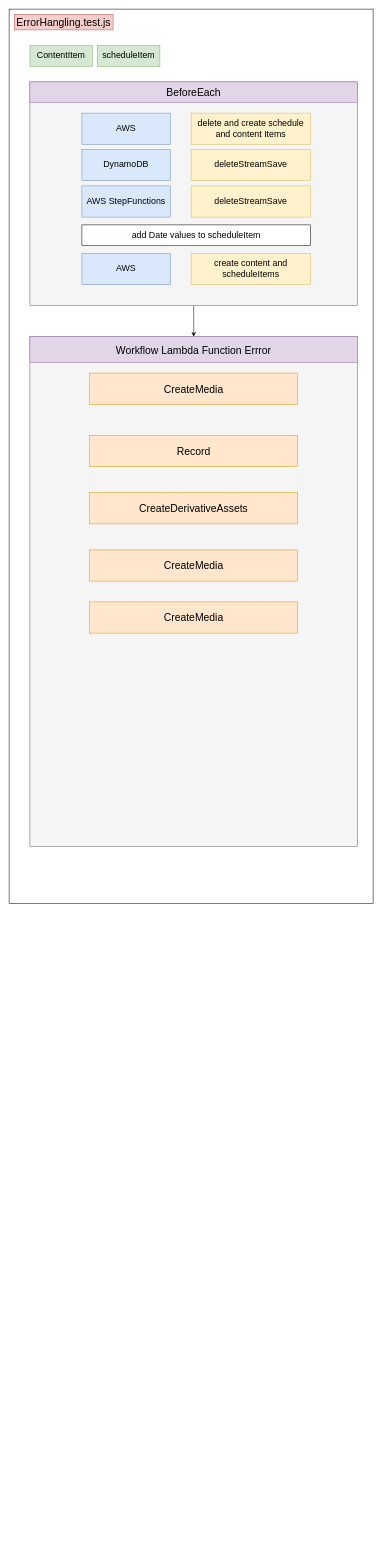
Earlier version of the draw.io diagram test_design/AWS_test.drawio (brightlightkim/Coding_Design). Source tidied: cells renumbered, new cells numbered last; positions are measured from the earlier drawing's top-left corner, leaving out a move shared by most shapes. Both pictures are drawn from the tidied source at 52%, with x=0, y=0 at pixel (9, 9).
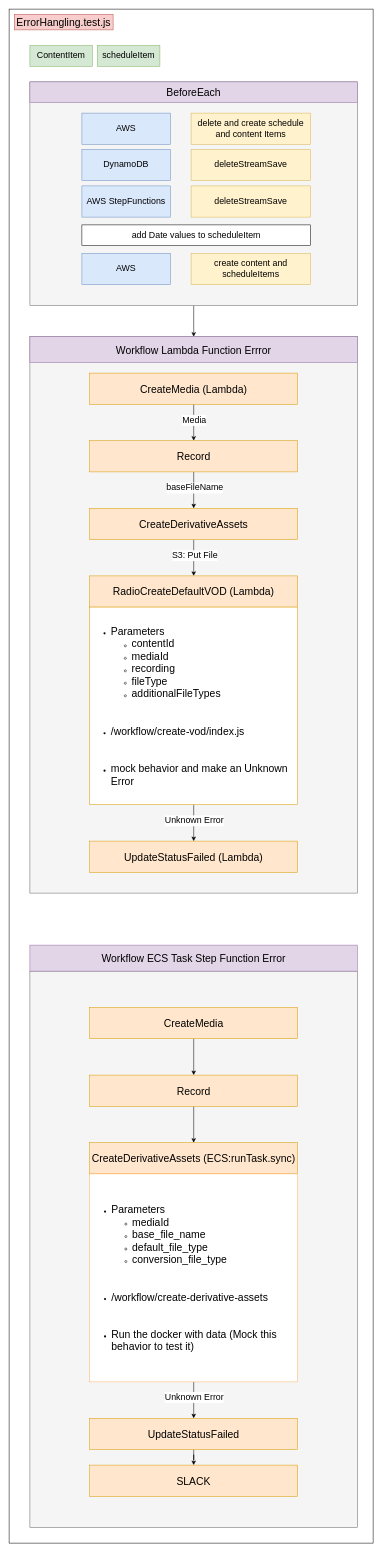
The same page after the edit.

Change to the diagram source:
```diff
@@
     <mxCell id="2" style="rounded=0;whiteSpace=wrap;html=1;" parent="1" vertex="1">
-      <mxGeometry width="700" height="1720" as="geometry" />
+      <mxGeometry width="700" height="2950" as="geometry" />
     </mxCell>
     <mxCell id="3" style="rounded=0;whiteSpace=wrap;html=1;fillColor=#f5f5f5;fontColor=#333333;strokeColor=#666666;" parent="1" vertex="1">
-      <mxGeometry x="40" y="630" width="630" height="980" as="geometry" />
+      <mxGeometry x="40" y="630" width="630" height="1070" as="geometry" />
     </mxCell>
@@
+    <mxCell id="25" style="edgeStyle=orthogonalEdgeStyle;rounded=0;jettySize=auto;html=1;fontSize=17;" parent="1" edge="1" source="6" target="24">
+      <mxGeometry relative="1" as="geometry">
+        <Array as="points">
+          <mxPoint x="355" y="780" />
+          <mxPoint x="355" y="780" />
+        </Array>
+      </mxGeometry>
+    </mxCell>
-    <mxCell id="6" value="&lt;font style=&quot;font-size: 20px&quot;&gt;CreateMedia&lt;/font&gt;" style="rounded=0;whiteSpace=wrap;html=1;fillColor=#ffe6cc;strokeColor=#d79b00;" parent="1" vertex="1">
+    <mxCell id="6" value="&lt;font style=&quot;font-size: 20px&quot;&gt;CreateMedia (Lambda)&lt;/font&gt;" style="rounded=0;whiteSpace=wrap;html=1;fillColor=#ffe6cc;strokeColor=#d79b00;" parent="1" vertex="1">
       <mxGeometry x="155" y="700" width="400" height="60" as="geometry" />
     </mxCell>
@@
-    <mxCell id="21" value="&lt;font style=&quot;font-size: 20px&quot;&gt;CreateMedia&lt;/font&gt;" style="rounded=0;whiteSpace=wrap;html=1;fillColor=#ffe6cc;strokeColor=#d79b00;" parent="1" vertex="1">
-      <mxGeometry x="155" y="1140" width="400" height="60" as="geometry" />
-    </mxCell>
+    <mxCell id="26" style="edgeStyle=orthogonalEdgeStyle;rounded=0;jettySize=auto;html=1;fontSize=17;" parent="1" edge="1" source="22" target="23">
+      <mxGeometry relative="1" as="geometry" />
+    </mxCell>
     <mxCell id="22" value="&lt;font style=&quot;font-size: 20px&quot;&gt;CreateDerivativeAssets&lt;/font&gt;" style="rounded=0;whiteSpace=wrap;html=1;fillColor=#ffe6cc;strokeColor=#d79b00;" parent="1" vertex="1">
-      <mxGeometry x="155" y="930" width="400" height="60" as="geometry" />
+      <mxGeometry x="155" y="960" width="400" height="60" as="geometry" />
     </mxCell>
-    <mxCell id="23" value="&lt;font style=&quot;font-size: 20px&quot;&gt;CreateMedia&lt;/font&gt;" style="rounded=0;whiteSpace=wrap;html=1;fillColor=#ffe6cc;strokeColor=#d79b00;" parent="1" vertex="1">
-      <mxGeometry x="155" y="1040" width="400" height="60" as="geometry" />
+    <mxCell id="23" value="&lt;font style=&quot;font-size: 20px&quot;&gt;RadioCreateDefaultVOD (Lambda)&lt;/font&gt;" style="rounded=0;whiteSpace=wrap;html=1;fillColor=#ffe6cc;strokeColor=#d79b00;" parent="1" vertex="1">
+      <mxGeometry x="155" y="1090" width="400" height="60" as="geometry" />
     </mxCell>
+    <mxCell id="27" style="edgeStyle=orthogonalEdgeStyle;rounded=0;jettySize=auto;html=1;fontSize=17;" parent="1" edge="1" source="24" target="22">
+      <mxGeometry relative="1" as="geometry" />
+    </mxCell>
     <mxCell id="24" value="&lt;font style=&quot;font-size: 20px&quot;&gt;Record&lt;/font&gt;" style="rounded=0;whiteSpace=wrap;html=1;fillColor=#ffe6cc;strokeColor=#d79b00;" parent="1" vertex="1">
-      <mxGeometry x="155" y="820" width="400" height="60" as="geometry" />
+      <mxGeometry x="155" y="830" width="400" height="60" as="geometry" />
     </mxCell>
+    <mxCell id="28" value="&lt;font style=&quot;font-size: 20px&quot;&gt;UpdateStatusFailed (Lambda)&lt;/font&gt;" style="rounded=0;whiteSpace=wrap;html=1;fillColor=#ffe6cc;strokeColor=#d79b00;" parent="1" vertex="1">
+      <mxGeometry x="155" y="1600" width="400" height="60" as="geometry" />
+    </mxCell>
+    <mxCell id="29" style="rounded=0;whiteSpace=wrap;html=1;fillColor=#f5f5f5;fontColor=#333333;strokeColor=#666666;" parent="1" vertex="1">
+      <mxGeometry x="40" y="1850" width="630" height="1070" as="geometry" />
+    </mxCell>
+    <mxCell id="30" style="edgeStyle=orthogonalEdgeStyle;rounded=0;jettySize=auto;html=1;fontSize=17;" parent="1" edge="1" source="21" target="33">
+      <mxGeometry relative="1" as="geometry" />
+    </mxCell>
+    <mxCell id="21" value="&lt;font style=&quot;font-size: 20px&quot;&gt;CreateMedia&lt;/font&gt;" style="rounded=0;whiteSpace=wrap;html=1;fillColor=#ffe6cc;strokeColor=#d79b00;" parent="1" vertex="1">
+      <mxGeometry x="155" y="1920" width="400" height="60" as="geometry" />
+    </mxCell>
+    <mxCell id="31" value="&lt;font style=&quot;font-size: 20px&quot;&gt;CreateDerivativeAssets (ECS:runTask.sync)&lt;/font&gt;" style="rounded=0;whiteSpace=wrap;html=1;fillColor=#ffe6cc;strokeColor=#d79b00;" parent="1" vertex="1">
+      <mxGeometry x="155" y="2180" width="400" height="60" as="geometry" />
+    </mxCell>
+    <mxCell id="32" style="edgeStyle=orthogonalEdgeStyle;rounded=0;jettySize=auto;html=1;fontSize=17;" parent="1" edge="1" source="33" target="31">
+      <mxGeometry relative="1" as="geometry" />
+    </mxCell>
+    <mxCell id="33" value="&lt;font style=&quot;font-size: 20px&quot;&gt;Record&lt;/font&gt;" style="rounded=0;whiteSpace=wrap;html=1;fillColor=#ffe6cc;strokeColor=#d79b00;" parent="1" vertex="1">
+      <mxGeometry x="155" y="2050" width="400" height="60" as="geometry" />
+    </mxCell>
+    <mxCell id="34" style="edgeStyle=orthogonalEdgeStyle;rounded=0;jettySize=auto;html=1;fontSize=17;" parent="1" edge="1" source="35" target="40">
+      <mxGeometry relative="1" as="geometry" />
+    </mxCell>
+    <mxCell id="35" value="&lt;font style=&quot;font-size: 20px&quot;&gt;UpdateStatusFailed&lt;/font&gt;" style="rounded=0;whiteSpace=wrap;html=1;fillColor=#ffe6cc;strokeColor=#d79b00;" parent="1" vertex="1">
+      <mxGeometry x="155" y="2710" width="400" height="60" as="geometry" />
+    </mxCell>
+    <mxCell id="36" value="Workflow ECS Task Step Function Error" style="rounded=0;whiteSpace=wrap;html=1;fontSize=20;fillColor=#e1d5e7;strokeColor=#9673a6;" parent="1" vertex="1">
+      <mxGeometry x="40" y="1800" width="630" height="50" as="geometry" />
+    </mxCell>
+    <mxCell id="37" style="edgeStyle=orthogonalEdgeStyle;rounded=0;jettySize=auto;html=1;fontSize=17;" parent="1" edge="1" source="39" target="35">
+      <mxGeometry relative="1" as="geometry" />
+    </mxCell>
+    <mxCell id="38" value="Unknown Error" style="edgeLabel;html=1;align=center;verticalAlign=middle;fontSize=17;" parent="37" vertex="1">
+      <mxGeometry x="-0.16" relative="1" as="geometry" />
+    </mxCell>
+    <mxCell id="39" value="&lt;ul&gt;&lt;li&gt;&lt;font style=&quot;font-size: 20px&quot;&gt;Parameters&lt;/font&gt;&lt;/li&gt;&lt;ul&gt;&lt;li&gt;&lt;font style=&quot;font-size: 20px&quot;&gt;mediaId&lt;/font&gt;&lt;/li&gt;&lt;li&gt;&lt;font style=&quot;font-size: 20px&quot;&gt;base_file_name&lt;/font&gt;&lt;/li&gt;&lt;li&gt;&lt;span style=&quot;font-size: 20px&quot;&gt;default_file_type&lt;/span&gt;&lt;/li&gt;&lt;li&gt;&lt;span style=&quot;font-size: 20px&quot;&gt;conversion_file_type&lt;/span&gt;&lt;/li&gt;&lt;/ul&gt;&lt;/ul&gt;&lt;div&gt;&lt;span style=&quot;font-size: 20px&quot;&gt;&lt;br&gt;&lt;/span&gt;&lt;/div&gt;&lt;ul&gt;&lt;li&gt;&lt;span style=&quot;font-size: 20px&quot;&gt;/workflow/create-derivative-assets&lt;/span&gt;&lt;/li&gt;&lt;/ul&gt;&lt;div&gt;&lt;span style=&quot;font-size: 20px&quot;&gt;&lt;br&gt;&lt;/span&gt;&lt;/div&gt;&lt;ul&gt;&lt;li&gt;&lt;span style=&quot;font-size: 20px&quot;&gt;Run the docker with data (Mock this behavior to test it)&lt;/span&gt;&lt;/li&gt;&lt;/ul&gt;" style="rounded=0;whiteSpace=wrap;html=1;strokeColor=#FFB366;align=left;" parent="1" vertex="1">
+      <mxGeometry x="155" y="2240" width="400" height="400" as="geometry" />
+    </mxCell>
+    <mxCell id="40" value="&lt;font style=&quot;font-size: 20px&quot;&gt;SLACK&lt;/font&gt;" style="rounded=0;whiteSpace=wrap;html=1;fillColor=#ffe6cc;strokeColor=#d79b00;" parent="1" vertex="1">
+      <mxGeometry x="155" y="2800" width="400" height="60" as="geometry" />
+    </mxCell>
+    <mxCell id="41" style="edgeStyle=orthogonalEdgeStyle;rounded=0;jettySize=auto;html=1;fontSize=17;" parent="1" edge="1" source="43" target="28">
+      <mxGeometry relative="1" as="geometry" />
+    </mxCell>
+    <mxCell id="42" value="Unknown Error" style="edgeLabel;html=1;align=center;verticalAlign=middle;fontSize=17;" parent="41" vertex="1">
+      <mxGeometry x="0.38" relative="1" as="geometry">
+        <mxPoint y="-18" as="offset" />
+      </mxGeometry>
+    </mxCell>
+    <mxCell id="43" value="&lt;ul style=&quot;text-align: left&quot;&gt;&lt;li&gt;&lt;font style=&quot;font-size: 20px&quot;&gt;Parameters&lt;/font&gt;&lt;/li&gt;&lt;ul&gt;&lt;li&gt;&lt;font style=&quot;font-size: 20px&quot;&gt;contentId&lt;/font&gt;&lt;/li&gt;&lt;li&gt;&lt;font style=&quot;font-size: 20px&quot;&gt;mediaId&lt;/font&gt;&lt;/li&gt;&lt;li&gt;&lt;span style=&quot;font-size: 20px&quot;&gt;recording&lt;/span&gt;&lt;/li&gt;&lt;li&gt;&lt;span style=&quot;font-size: 20px&quot;&gt;fileType&lt;/span&gt;&lt;/li&gt;&lt;li&gt;&lt;span style=&quot;font-size: 20px&quot;&gt;additionalFileTypes&lt;/span&gt;&lt;/li&gt;&lt;/ul&gt;&lt;/ul&gt;&lt;div style=&quot;text-align: left&quot;&gt;&lt;span style=&quot;font-size: 20px&quot;&gt;&lt;br&gt;&lt;/span&gt;&lt;/div&gt;&lt;ul style=&quot;text-align: left&quot;&gt;&lt;li&gt;&lt;span style=&quot;font-size: 20px&quot;&gt;/workflow/create-vod/index.js&lt;/span&gt;&lt;/li&gt;&lt;/ul&gt;&lt;div style=&quot;text-align: left&quot;&gt;&lt;span style=&quot;font-size: 20px&quot;&gt;&lt;br&gt;&lt;/span&gt;&lt;/div&gt;&lt;ul style=&quot;text-align: left&quot;&gt;&lt;li&gt;&lt;span style=&quot;font-size: 20px&quot;&gt;mock behavior and make an Unknown Error&lt;/span&gt;&lt;/li&gt;&lt;/ul&gt;" style="rounded=0;whiteSpace=wrap;html=1;fillColor=default;strokeColor=#d79b00;" parent="1" vertex="1">
+      <mxGeometry x="155" y="1150" width="400" height="380" as="geometry" />
+    </mxCell>
+    <mxCell id="44" value="Media" style="edgeLabel;html=1;align=center;verticalAlign=middle;fontSize=17;" parent="1" vertex="1">
+      <mxGeometry x="355" y="790" as="geometry" />
+    </mxCell>
+    <mxCell id="45" value="baseFileName" style="edgeLabel;html=1;align=center;verticalAlign=middle;fontSize=17;" parent="1" vertex="1">
+      <mxGeometry x="340" y="910" as="geometry">
+        <mxPoint x="16" y="10" as="offset" />
+      </mxGeometry>
+    </mxCell>
+    <mxCell id="46" value="S3: Put File" style="edgeLabel;html=1;align=center;verticalAlign=middle;fontSize=17;" parent="1" vertex="1">
+      <mxGeometry x="340" y="1040" as="geometry">
+        <mxPoint x="16" y="10" as="offset" />
+      </mxGeometry>
+    </mxCell>
```
